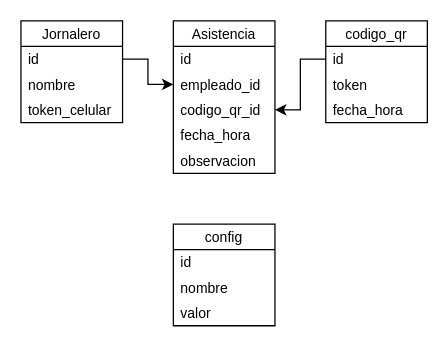
This is page "ERD" (4 of 6) of Documentación/Diagramas.drawio from 71walceli/UAE.6SA.PIS.ControlAsistenciaFincaLolita, a draw.io file, before an edit. Source tidied: cells renumbered, new cells numbered last; positions are measured from the earlier drawing's top-left corner, leaving out a move shared by most shapes. Both pictures are drawn from the tidied source at 127%, with x=0, y=0 at pixel (20, 20).
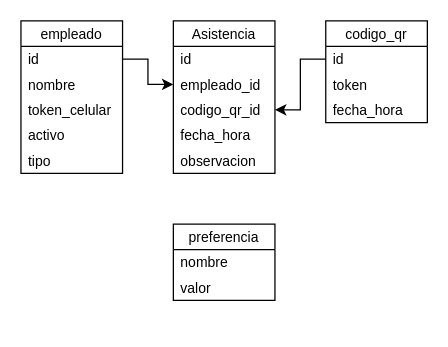
The same page after the edit.

The edit, as a diff of the source:
```diff
@@
-    <mxCell id="2" value="Jornalero" style="swimlane;fontStyle=0;horizontal=1;startSize=20;fontSize=11;" parent="1" vertex="1">
-      <mxGeometry width="80" height="80" as="geometry" />
+    <mxCell id="2" value="empleado" style="swimlane;fontStyle=0;horizontal=1;startSize=20;fontSize=11;" parent="1" vertex="1">
+      <mxGeometry width="80" height="120" as="geometry" />
     </mxCell>
@@
+    <mxCell id="22" value="activo" style="text;strokeColor=none;fillColor=none;align=left;verticalAlign=middle;spacingLeft=4;spacingRight=4;overflow=hidden;fontSize=11;" parent="2" vertex="1">
+      <mxGeometry y="80" width="80" height="20" as="geometry" />
+    </mxCell>
+    <mxCell id="23" value="tipo" style="text;strokeColor=none;fillColor=none;align=left;verticalAlign=middle;spacingLeft=4;spacingRight=4;overflow=hidden;fontSize=11;" parent="2" vertex="1">
+      <mxGeometry y="100" width="80" height="20" as="geometry" />
+    </mxCell>
@@
-    <mxCell id="18" value="config" style="swimlane;fontStyle=0;horizontal=1;startSize=20;fontSize=11;" parent="1" vertex="1">
-      <mxGeometry x="120" y="160" width="80" height="80" as="geometry" />
+    <mxCell id="18" value="preferencia" style="swimlane;fontStyle=0;horizontal=1;startSize=20;fontSize=11;" parent="1" vertex="1">
+      <mxGeometry x="120" y="160" width="80" height="60" as="geometry" />
     </mxCell>
-    <mxCell id="19" value="id" style="text;strokeColor=none;fillColor=none;align=left;verticalAlign=middle;spacingLeft=4;spacingRight=4;overflow=hidden;fontSize=11;" parent="18" vertex="1">
-      <mxGeometry y="20" width="80" height="20" as="geometry" />
-    </mxCell>
     <mxCell id="20" value="nombre" style="text;strokeColor=none;fillColor=none;align=left;verticalAlign=middle;spacingLeft=4;spacingRight=4;overflow=hidden;fontSize=11;" parent="18" vertex="1">
-      <mxGeometry y="40" width="80" height="20" as="geometry" />
+      <mxGeometry y="20" width="80" height="20" as="geometry" />
     </mxCell>
     <mxCell id="21" value="valor" style="text;strokeColor=none;fillColor=none;align=left;verticalAlign=middle;spacingLeft=4;spacingRight=4;overflow=hidden;fontSize=11;" parent="18" vertex="1">
-      <mxGeometry y="60" width="80" height="20" as="geometry" />
+      <mxGeometry y="40" width="80" height="20" as="geometry" />
     </mxCell>
```
